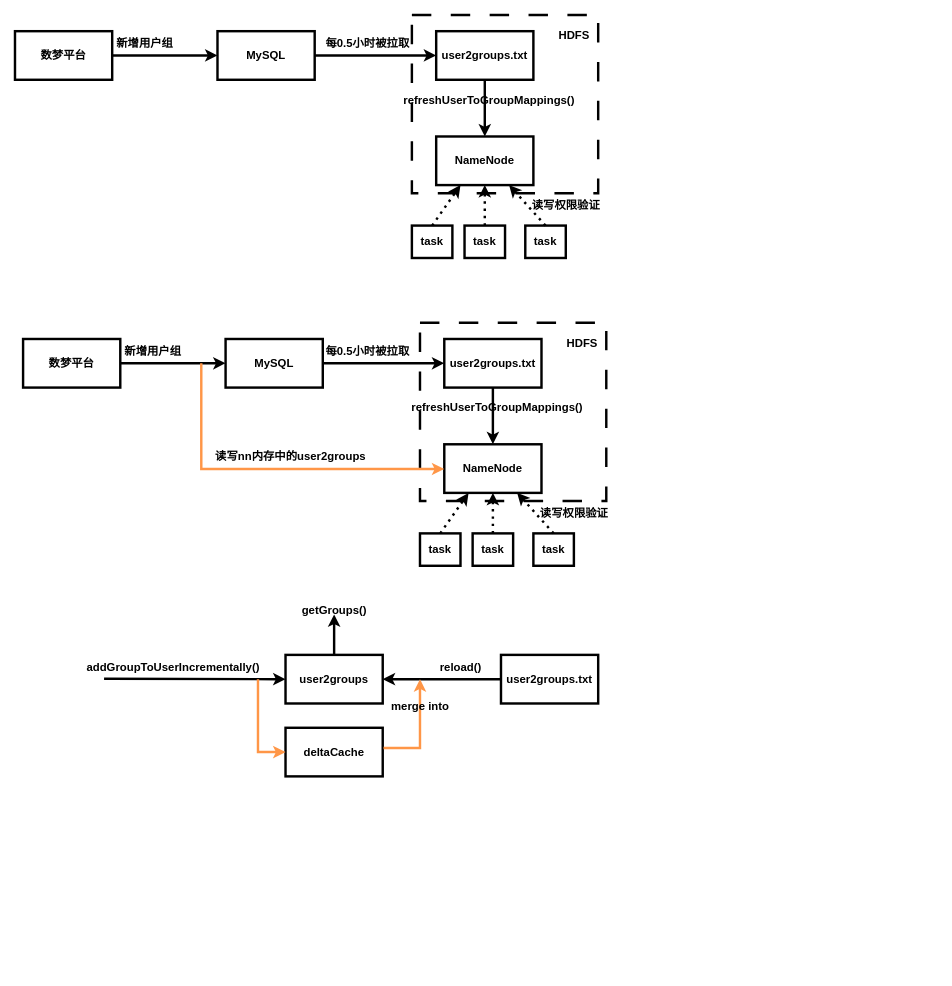
The draw.io diagram refeshUser2Group.drawio in wmsj2000/drawio, before the edit. Source tidied: cells renumbered, new cells numbered last; positions are measured from the earlier drawing's top-left corner, leaving out a move shared by most shapes. Both pictures are drawn from the tidied source at 81%, with x=0, y=0 at pixel (15, 15).
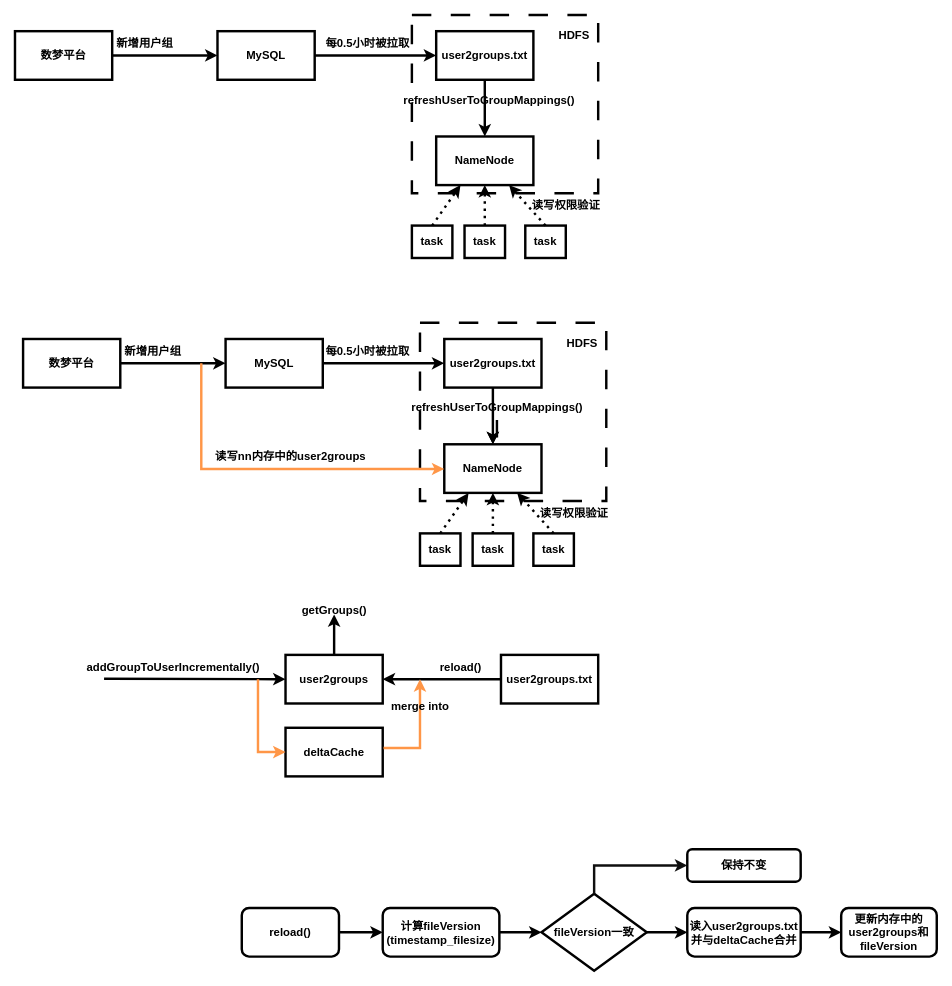
The same page after the edit.

The change refers to these unchanged cells:
```xml
<mxCell id="25" value="NameNode" style="rounded=0;whiteSpace=wrap;html=1;fontSize=14;fontStyle=1;strokeWidth=3;" parent="1" vertex="1">
  <mxGeometry x="530" y="530" width="120" height="60" as="geometry" />
</mxCell>
<mxCell id="29" value="refreshUserToGroupMappings()" style="text;html=1;align=center;verticalAlign=middle;points=[];strokeColor=none;fillColor=none;fontSize=14;fontStyle=1;strokeWidth=3;" parent="1" vertex="1">
  <mxGeometry x="485" y="470" width="220" height="30" as="geometry" />
</mxCell>
```

The edit, as a diff of the source:
```diff
@@
+    <mxCell id="54" style="edgeStyle=orthogonalEdgeStyle;rounded=0;jettySize=auto;html=1;strokeWidth=3;" parent="1" edge="1" source="29" target="25">
+      <mxGeometry relative="1" as="geometry" />
+    </mxCell>
@@
+    <mxCell id="55" value="reload()" style="rounded=1;whiteSpace=wrap;html=1;strokeWidth=3;fontSize=14;fontStyle=1;" parent="1" vertex="1">
+      <mxGeometry x="280" y="1102.5" width="120" height="60" as="geometry" />
+    </mxCell>
+    <mxCell id="56" style="endArrow=classic;html=1;rounded=0;exitX=1;exitY=0.5;exitDx=0;exitDy=0;entryX=0;entryY=0.5;entryDx=0;entryDy=0;strokeWidth=3;fontSize=14;fontStyle=1;" parent="1" edge="1" source="55" target="57">
+      <mxGeometry relative="1" as="geometry" />
+    </mxCell>
+    <mxCell id="57" value="计算fileVersion&lt;br&gt;(timestamp_filesize)" style="rounded=1;whiteSpace=wrap;html=1;strokeWidth=3;fontSize=14;fontStyle=1;" parent="1" vertex="1">
+      <mxGeometry x="454" y="1102.5" width="144" height="60" as="geometry" />
+    </mxCell>
+    <mxCell id="58" value="fileVersion一致" style="rhombus;whiteSpace=wrap;html=1;strokeWidth=3;fontSize=14;fontStyle=1;" parent="1" vertex="1">
+      <mxGeometry x="650" y="1085" width="130" height="95" as="geometry" />
+    </mxCell>
+    <mxCell id="59" style="endArrow=classic;html=1;rounded=0;exitX=1;exitY=0.5;exitDx=0;exitDy=0;entryX=0;entryY=0.5;entryDx=0;entryDy=0;strokeWidth=3;fontSize=14;fontStyle=1;" parent="1" edge="1" source="57" target="58">
+      <mxGeometry relative="1" as="geometry" />
+    </mxCell>
+    <mxCell id="60" value="读入user2groups.txt并与deltaCache合并" style="rounded=1;whiteSpace=wrap;html=1;strokeWidth=3;fontSize=14;fontStyle=1;" parent="1" vertex="1">
+      <mxGeometry x="830" y="1102.5" width="140" height="60" as="geometry" />
+    </mxCell>
+    <mxCell id="61" value="更新内存中的user2groups和fileVersion" style="rounded=1;whiteSpace=wrap;html=1;strokeWidth=3;fontSize=14;fontStyle=1;" parent="1" vertex="1">
+      <mxGeometry x="1020" y="1102.5" width="118" height="60" as="geometry" />
+    </mxCell>
+    <mxCell id="62" style="endArrow=classic;html=1;rounded=0;exitX=1;exitY=0.5;exitDx=0;exitDy=0;entryX=0;entryY=0.5;entryDx=0;entryDy=0;strokeWidth=3;fontSize=14;fontStyle=1;" parent="1" edge="1" source="58" target="60">
+      <mxGeometry relative="1" as="geometry" />
+    </mxCell>
+    <mxCell id="63" style="endArrow=classic;html=1;rounded=0;exitX=1;exitY=0.5;exitDx=0;exitDy=0;entryX=0;entryY=0.5;entryDx=0;entryDy=0;strokeWidth=3;fontSize=14;fontStyle=1;" parent="1" edge="1" source="60" target="61">
+      <mxGeometry relative="1" as="geometry" />
+    </mxCell>
+    <mxCell id="64" style="edgeStyle=segmentEdgeStyle;endArrow=classic;html=1;curved=0;rounded=0;strokeColor=light-dark(#0f0f0f, #aa500c);fontSize=14;fontStyle=1;strokeWidth=3;exitX=0.5;exitY=0;exitDx=0;exitDy=0;entryX=0;entryY=0.5;entryDx=0;entryDy=0;fontColor=#000000;" parent="1" edge="1" source="58" target="65">
+      <mxGeometry relative="1" as="geometry">
+        <Array as="points">
+          <mxPoint x="715" y="1050" />
+        </Array>
+      </mxGeometry>
+    </mxCell>
+    <mxCell id="65" value="保持不变" style="rounded=1;whiteSpace=wrap;html=1;strokeWidth=3;fontSize=14;fontStyle=1;" parent="1" vertex="1">
+      <mxGeometry x="830" y="1030" width="140" height="40" as="geometry" />
+    </mxCell>
```
